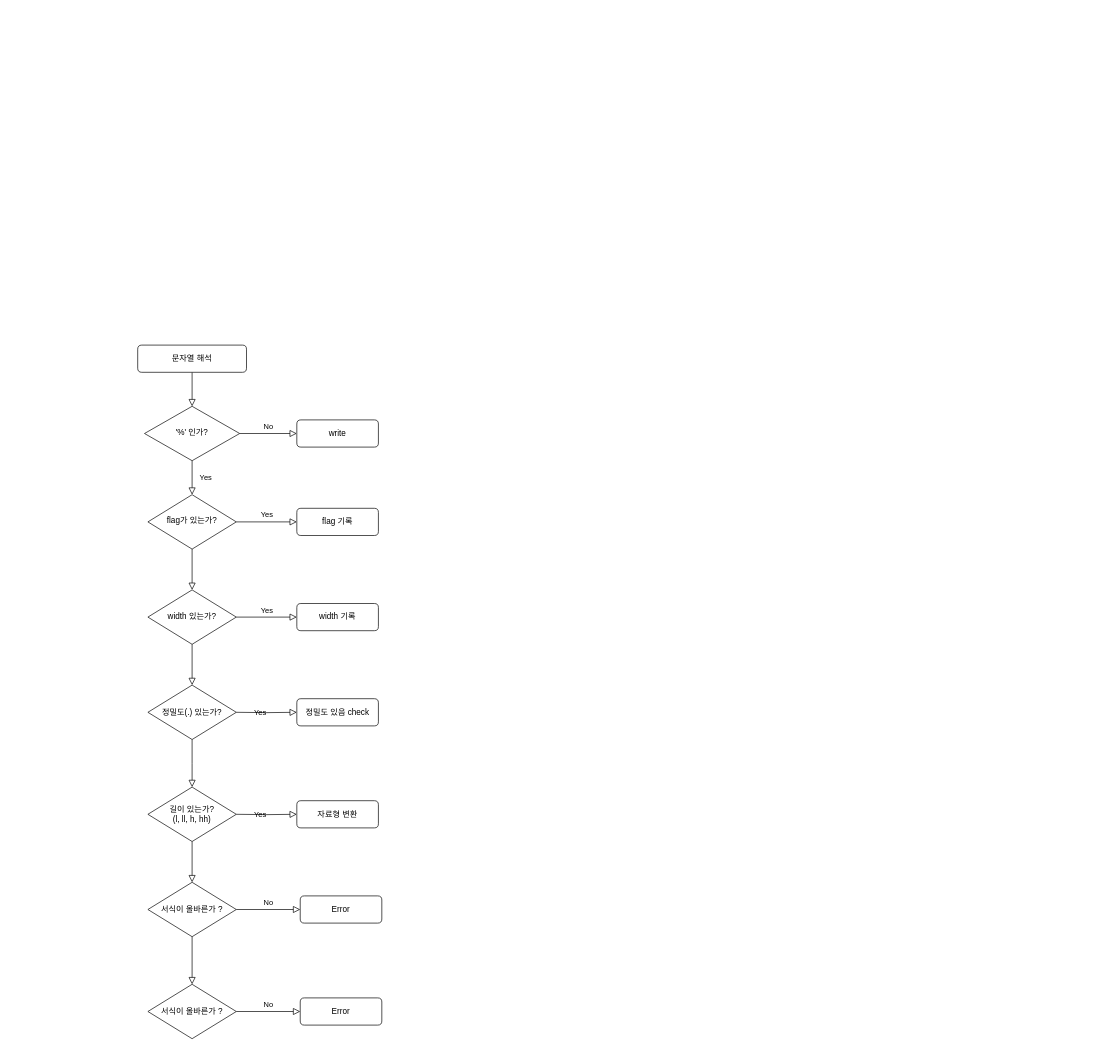
The draw.io diagram Untitled Diagram.drawio in Pawer0223/42cursus, before the edit. Source tidied: cells renumbered, new cells numbered last; positions are measured from the earlier drawing's top-left corner, leaving out a move shared by most shapes. Both pictures are drawn from the tidied source at 68%, with x=0, y=0 at pixel (137, 345).
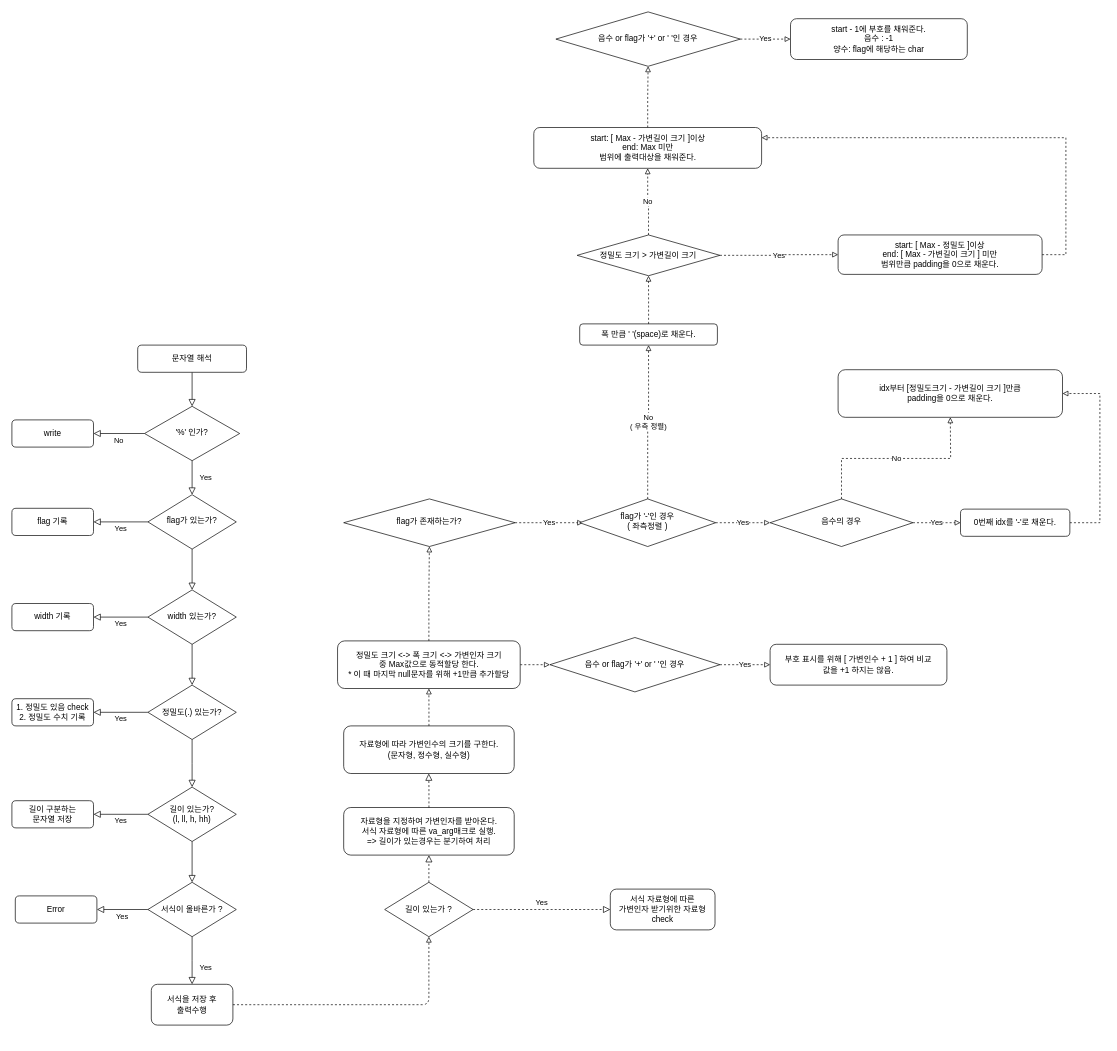
The same page after the edit.

Unchanged cells that the change refers to:
```xml
<mxCell id="6" value="'%' 인가?" style="rhombus;whiteSpace=wrap;html=1;shadow=0;fontFamily=Helvetica;fontSize=12;align=center;strokeWidth=1;spacing=6;spacingTop=-4;" parent="1" vertex="1">
  <mxGeometry x="10" y="90" width="140" height="80" as="geometry" />
</mxCell>
<mxCell id="10" value="flag가 있는가?" style="rhombus;whiteSpace=wrap;html=1;shadow=0;fontFamily=Helvetica;fontSize=12;align=center;strokeWidth=1;spacing=6;spacingTop=-4;" parent="1" vertex="1">
  <mxGeometry x="15" y="220" width="130" height="80" as="geometry" />
</mxCell>
<mxCell id="12" value="width 있는가?" style="rhombus;whiteSpace=wrap;html=1;" parent="1" vertex="1">
  <mxGeometry x="15" y="360" width="130" height="80" as="geometry" />
</mxCell>
<mxCell id="15" value="정밀도(.) 있는가?" style="rhombus;whiteSpace=wrap;html=1;" parent="1" vertex="1">
  <mxGeometry x="15" y="500" width="130" height="80" as="geometry" />
</mxCell>
<mxCell id="19" value="길이 있는가?&lt;br&gt;(l, ll, h, hh)" style="rhombus;whiteSpace=wrap;html=1;" parent="1" vertex="1">
  <mxGeometry x="15" y="650" width="130" height="80" as="geometry" />
</mxCell>
<mxCell id="23" value="서식이 올바른가 ?" style="rhombus;whiteSpace=wrap;html=1;" parent="1" vertex="1">
  <mxGeometry x="15" y="790" width="130" height="80" as="geometry" />
</mxCell>
```

What changed in the source:
```diff
@@
-    <mxCell id="5" value="No" style="edgeStyle=orthogonalEdgeStyle;rounded=0;html=1;jettySize=auto;fontSize=11;endArrow=block;endFill=0;endSize=8;strokeWidth=1;shadow=0;labelBackgroundColor=none;" parent="1" edge="1" source="6" target="7">
+    <mxCell id="5" value="No" style="edgeStyle=orthogonalEdgeStyle;rounded=0;html=1;jettySize=auto;fontSize=11;endArrow=block;endFill=0;endSize=8;strokeWidth=1;shadow=0;labelBackgroundColor=none;entryX=1;entryY=0.5;entryDx=0;entryDy=0;exitX=0;exitY=0.5;exitDx=0;exitDy=0;" parent="1" edge="1" source="6" target="7">
       <mxGeometry y="10" relative="1" as="geometry" />
     </mxCell>
@@
     <mxCell id="7" value="write" style="rounded=1;whiteSpace=wrap;html=1;fontSize=12;glass=0;strokeWidth=1;shadow=0;" parent="1" vertex="1">
-      <mxGeometry x="234" y="110" width="120" height="40" as="geometry" />
+      <mxGeometry x="-185" y="110" width="120" height="40" as="geometry" />
     </mxCell>
@@
-    <mxCell id="9" value="Yes" style="edgeStyle=orthogonalEdgeStyle;rounded=0;html=1;jettySize=auto;fontSize=11;endArrow=block;endFill=0;endSize=8;strokeWidth=1;shadow=0;labelBackgroundColor=none;" parent="1" edge="1" source="10" target="11">
+    <mxCell id="9" value="Yes" style="edgeStyle=orthogonalEdgeStyle;rounded=0;html=1;jettySize=auto;fontSize=11;endArrow=block;endFill=0;endSize=8;strokeWidth=1;shadow=0;labelBackgroundColor=none;entryX=1;entryY=0.5;entryDx=0;entryDy=0;exitX=0;exitY=0.5;exitDx=0;exitDy=0;" parent="1" edge="1" source="10" target="11">
       <mxGeometry y="10" relative="1" as="geometry" />
     </mxCell>
@@
     <mxCell id="11" value="flag 기록" style="rounded=1;whiteSpace=wrap;html=1;fontSize=12;glass=0;strokeWidth=1;shadow=0;" parent="1" vertex="1">
-      <mxGeometry x="234" y="240" width="120" height="40" as="geometry" />
+      <mxGeometry x="-185" y="240" width="120" height="40" as="geometry" />
     </mxCell>
@@
-    <mxCell id="13" value="Yes" style="edgeStyle=orthogonalEdgeStyle;rounded=0;html=1;jettySize=auto;fontSize=11;endArrow=block;endFill=0;endSize=8;strokeWidth=1;shadow=0;labelBackgroundColor=none;exitX=1;exitY=0.5;exitDx=0;exitDy=0;" parent="1" edge="1" source="12" target="14">
-      <mxGeometry y="10" relative="1" as="geometry" />
-    </mxCell>
     <mxCell id="14" value="width 기록" style="rounded=1;whiteSpace=wrap;html=1;fontSize=12;glass=0;strokeWidth=1;shadow=0;" parent="1" vertex="1">
-      <mxGeometry x="234" y="380" width="120" height="40" as="geometry" />
+      <mxGeometry x="-185" y="380" width="120" height="40" as="geometry" />
     </mxCell>
@@
-    <mxCell id="17" value="Yes" style="edgeStyle=orthogonalEdgeStyle;rounded=0;html=1;jettySize=auto;fontSize=11;endArrow=block;endFill=0;endSize=8;strokeWidth=1;shadow=0;labelBackgroundColor=none;exitX=1;exitY=0.5;exitDx=0;exitDy=0;" parent="1" edge="1" target="18">
-      <mxGeometry y="10" relative="1" as="geometry">
-        <mxPoint x="145" y="540" as="sourcePoint" />
-      </mxGeometry>
-    </mxCell>
-    <mxCell id="18" value="정밀도 있음 check" style="rounded=1;whiteSpace=wrap;html=1;fontSize=12;glass=0;strokeWidth=1;shadow=0;" parent="1" vertex="1">
-      <mxGeometry x="234" y="520" width="120" height="40" as="geometry" />
+    <mxCell id="18" value="1. 정밀도 있음 check&lt;br&gt;2. 정밀도 수치 기록" style="rounded=1;whiteSpace=wrap;html=1;fontSize=12;glass=0;strokeWidth=1;shadow=0;" parent="1" vertex="1">
+      <mxGeometry x="-185" y="520" width="120" height="40" as="geometry" />
     </mxCell>
@@
-    <mxCell id="20" value="Yes" style="edgeStyle=orthogonalEdgeStyle;rounded=0;html=1;jettySize=auto;fontSize=11;endArrow=block;endFill=0;endSize=8;strokeWidth=1;shadow=0;labelBackgroundColor=none;exitX=1;exitY=0.5;exitDx=0;exitDy=0;" parent="1" edge="1" target="21">
-      <mxGeometry y="10" relative="1" as="geometry">
-        <mxPoint x="145" y="690" as="sourcePoint" />
-      </mxGeometry>
-    </mxCell>
-    <mxCell id="21" value="자료형 변환" style="rounded=1;whiteSpace=wrap;html=1;fontSize=12;glass=0;strokeWidth=1;shadow=0;" parent="1" vertex="1">
-      <mxGeometry x="234" y="670" width="120" height="40" as="geometry" />
+    <mxCell id="21" value="길이 구분하는 &lt;br&gt;문자열 저장" style="rounded=1;whiteSpace=wrap;html=1;fontSize=12;glass=0;strokeWidth=1;shadow=0;" parent="1" vertex="1">
+      <mxGeometry x="-185" y="670" width="120" height="40" as="geometry" />
     </mxCell>
@@
-    <mxCell id="24" value="No" style="edgeStyle=orthogonalEdgeStyle;rounded=0;html=1;jettySize=auto;fontSize=11;endArrow=block;endFill=0;endSize=8;strokeWidth=1;shadow=0;labelBackgroundColor=none;exitX=1;exitY=0.5;exitDx=0;exitDy=0;entryX=0;entryY=0.5;entryDx=0;entryDy=0;" parent="1" edge="1" source="23" target="25">
-      <mxGeometry y="10" relative="1" as="geometry" />
-    </mxCell>
     <mxCell id="25" value="Error" style="rounded=1;whiteSpace=wrap;html=1;fontSize=12;glass=0;strokeWidth=1;shadow=0;" parent="1" vertex="1">
-      <mxGeometry x="239" y="810" width="120" height="40" as="geometry" />
+      <mxGeometry x="-180" y="810" width="120" height="40" as="geometry" />
     </mxCell>
@@
-    <mxCell id="27" style="rounded=0;html=1;jettySize=auto;fontSize=11;endArrow=block;endFill=0;endSize=8;strokeWidth=1;shadow=0;labelBackgroundColor=none;edgeStyle=orthogonalEdgeStyle;exitX=0.5;exitY=1;exitDx=0;exitDy=0;entryX=0.5;entryY=0;entryDx=0;entryDy=0;" parent="1" edge="1" source="23" target="28">
-      <mxGeometry x="0.27" y="20" relative="1" as="geometry" />
+    <mxCell id="27" value="Yes" style="rounded=0;html=1;jettySize=auto;fontSize=11;endArrow=block;endFill=0;endSize=8;strokeWidth=1;shadow=0;labelBackgroundColor=none;edgeStyle=orthogonalEdgeStyle;exitX=0.5;exitY=1;exitDx=0;exitDy=0;entryX=0.5;entryY=0;entryDx=0;entryDy=0;" parent="1" edge="1" source="23">
+      <mxGeometry x="0.27" y="20" relative="1" as="geometry">
+        <mxPoint x="80" y="940" as="targetPoint" />
+      </mxGeometry>
     </mxCell>
-    <mxCell id="28" value="서식이 올바른가 ?" style="rhombus;whiteSpace=wrap;html=1;" parent="1" vertex="1">
-      <mxGeometry x="15" y="940" width="130" height="80" as="geometry" />
-    </mxCell>
-    <mxCell id="29" value="No" style="edgeStyle=orthogonalEdgeStyle;rounded=0;html=1;jettySize=auto;fontSize=11;endArrow=block;endFill=0;endSize=8;strokeWidth=1;shadow=0;labelBackgroundColor=none;exitX=1;exitY=0.5;exitDx=0;exitDy=0;entryX=0;entryY=0.5;entryDx=0;entryDy=0;" parent="1" edge="1" source="28" target="30">
-      <mxGeometry y="10" relative="1" as="geometry" />
-    </mxCell>
-    <mxCell id="30" value="Error" style="rounded=1;whiteSpace=wrap;html=1;fontSize=12;glass=0;strokeWidth=1;shadow=0;" parent="1" vertex="1">
-      <mxGeometry x="239" y="960" width="120" height="40" as="geometry" />
-    </mxCell>
+    <mxCell id="31" value="서식을 저장 후&lt;br&gt;출력수행" style="rounded=1;whiteSpace=wrap;html=1;" parent="1" vertex="1">
+      <mxGeometry x="20" y="940" width="120" height="60" as="geometry" />
+    </mxCell>
+    <mxCell id="13" value="Yes" style="edgeStyle=orthogonalEdgeStyle;rounded=0;html=1;jettySize=auto;fontSize=11;endArrow=block;endFill=0;endSize=8;strokeWidth=1;shadow=0;labelBackgroundColor=none;entryX=1;entryY=0.5;entryDx=0;entryDy=0;exitX=0;exitY=0.5;exitDx=0;exitDy=0;" parent="1" edge="1" source="12" target="14">
+      <mxGeometry y="10" relative="1" as="geometry" />
+    </mxCell>
+    <mxCell id="32" value="Yes" style="edgeStyle=orthogonalEdgeStyle;rounded=0;html=1;jettySize=auto;fontSize=11;endArrow=block;endFill=0;endSize=8;strokeWidth=1;shadow=0;labelBackgroundColor=none;entryX=1;entryY=0.5;entryDx=0;entryDy=0;exitX=0;exitY=0.5;exitDx=0;exitDy=0;" parent="1" edge="1" source="15" target="18">
+      <mxGeometry y="10" relative="1" as="geometry" />
+    </mxCell>
+    <mxCell id="33" value="Yes" style="edgeStyle=orthogonalEdgeStyle;rounded=0;html=1;jettySize=auto;fontSize=11;endArrow=block;endFill=0;endSize=8;strokeWidth=1;shadow=0;labelBackgroundColor=none;entryX=1;entryY=0.5;entryDx=0;entryDy=0;exitX=0;exitY=0.5;exitDx=0;exitDy=0;" parent="1" edge="1" source="19" target="21">
+      <mxGeometry y="10" relative="1" as="geometry" />
+    </mxCell>
+    <mxCell id="24" value="Yes" style="edgeStyle=orthogonalEdgeStyle;rounded=0;html=1;jettySize=auto;fontSize=11;endArrow=block;endFill=0;endSize=8;strokeWidth=1;shadow=0;labelBackgroundColor=none;entryX=1;entryY=0.5;entryDx=0;entryDy=0;exitX=0;exitY=0.5;exitDx=0;exitDy=0;" parent="1" edge="1" source="23" target="25">
+      <mxGeometry y="10" relative="1" as="geometry" />
+    </mxCell>
+    <mxCell id="34" value="자료형을 지정하여 가변인자를 받아온다.&lt;br&gt;서식 자료형에 따른 va_arg매크로 실행.&lt;br&gt;=&amp;gt; 길이가 있는경우는 분기하여 처리" style="rounded=1;whiteSpace=wrap;html=1;" parent="1" vertex="1">
+      <mxGeometry x="302.9" y="680" width="250.8" height="70" as="geometry" />
+    </mxCell>
+    <mxCell id="35" style="endArrow=block;html=1;dashed=1;endFill=0;entryX=0.5;entryY=1;entryDx=0;entryDy=0;exitX=1;exitY=0.5;exitDx=0;exitDy=0;" parent="1" edge="1" source="31" target="36">
+      <mxGeometry relative="1" as="geometry">
+        <Array as="points">
+          <mxPoint x="428.2" y="970" />
+        </Array>
+      </mxGeometry>
+    </mxCell>
+    <mxCell id="36" value="길이 있는가 ?" style="rhombus;whiteSpace=wrap;html=1;" parent="1" vertex="1">
+      <mxGeometry x="363.2" y="790" width="130" height="80" as="geometry" />
+    </mxCell>
+    <mxCell id="37" value="Yes" style="edgeStyle=orthogonalEdgeStyle;rounded=0;html=1;jettySize=auto;fontSize=11;endArrow=block;endFill=0;endSize=8;strokeWidth=1;shadow=0;labelBackgroundColor=none;exitX=1;exitY=0.5;exitDx=0;exitDy=0;dashed=1;entryX=0;entryY=0.5;entryDx=0;entryDy=0;" parent="1" edge="1" source="36" target="38">
+      <mxGeometry y="10" relative="1" as="geometry" />
+    </mxCell>
+    <mxCell id="38" value="서식 자료형에 따른&lt;br&gt;가변인자 받기위한 자료형 check" style="rounded=1;whiteSpace=wrap;html=1;" parent="1" vertex="1">
+      <mxGeometry x="695" y="800" width="154" height="60" as="geometry" />
+    </mxCell>
+    <mxCell id="39" style="edgeStyle=orthogonalEdgeStyle;rounded=0;html=1;jettySize=auto;fontSize=11;endArrow=block;endFill=0;endSize=8;strokeWidth=1;shadow=0;labelBackgroundColor=none;exitX=0.5;exitY=0;exitDx=0;exitDy=0;dashed=1;entryX=0.5;entryY=1;entryDx=0;entryDy=0;" parent="1" edge="1" source="36" target="34">
+      <mxGeometry y="10" relative="1" as="geometry" />
+    </mxCell>
+    <mxCell id="40" style="edgeStyle=orthogonalEdgeStyle;rounded=0;jettySize=auto;html=1;entryX=0.5;entryY=1;entryDx=0;entryDy=0;dashed=1;endArrow=block;endFill=0;" parent="1" edge="1" source="41" target="45">
+      <mxGeometry relative="1" as="geometry" />
+    </mxCell>
+    <mxCell id="41" value="자료형에 따라 가변인수의 크기를 구한다.&lt;br&gt;(문자형, 정수형, 실수형)" style="rounded=1;whiteSpace=wrap;html=1;" parent="1" vertex="1">
+      <mxGeometry x="302.9" y="560" width="250.8" height="70" as="geometry" />
+    </mxCell>
+    <mxCell id="42" style="edgeStyle=orthogonalEdgeStyle;rounded=0;html=1;jettySize=auto;fontSize=11;endArrow=block;endFill=0;endSize=8;strokeWidth=1;shadow=0;labelBackgroundColor=none;exitX=0.5;exitY=0;exitDx=0;exitDy=0;dashed=1;" parent="1" edge="1" source="34">
+      <mxGeometry y="10" relative="1" as="geometry">
+        <mxPoint x="428" y="630" as="targetPoint" />
+        <Array as="points">
+          <mxPoint x="428" y="650" />
+          <mxPoint x="428" y="650" />
+        </Array>
+      </mxGeometry>
+    </mxCell>
+    <mxCell id="43" style="edgeStyle=orthogonalEdgeStyle;rounded=0;jettySize=auto;html=1;entryX=0.5;entryY=1;entryDx=0;entryDy=0;dashed=1;endArrow=block;endFill=0;" parent="1" edge="1" source="45" target="47">
+      <mxGeometry relative="1" as="geometry" />
+    </mxCell>
+    <mxCell id="44" style="edgeStyle=orthogonalEdgeStyle;rounded=0;jettySize=auto;html=1;entryX=0;entryY=0.5;entryDx=0;entryDy=0;dashed=1;endArrow=block;endFill=0;" parent="1" edge="1" source="45" target="58">
+      <mxGeometry relative="1" as="geometry" />
+    </mxCell>
+    <mxCell id="45" value="정밀도 크기 &amp;lt;-&amp;gt; 폭 크기 &amp;lt;-&amp;gt; 가변인자 크기&lt;br&gt;중 Max값으로 동적할당 한다.&lt;br&gt;* 이 때 마지막 null문자를 위해 +1만큼 추가할당" style="rounded=1;whiteSpace=wrap;html=1;" parent="1" vertex="1">
+      <mxGeometry x="293.9" y="435" width="268.6" height="70" as="geometry" />
+    </mxCell>
+    <mxCell id="46" value="Yes" style="edgeStyle=orthogonalEdgeStyle;rounded=0;jettySize=auto;html=1;dashed=1;endArrow=block;endFill=0;" parent="1" edge="1" source="47">
+      <mxGeometry relative="1" as="geometry">
+        <mxPoint x="655" y="261.2" as="targetPoint" />
+      </mxGeometry>
+    </mxCell>
+    <mxCell id="47" value="flag가 존재하는가?" style="rhombus;whiteSpace=wrap;html=1;shadow=0;fontFamily=Helvetica;fontSize=12;align=center;strokeWidth=1;spacing=6;spacingTop=-4;" parent="1" vertex="1">
+      <mxGeometry x="302.9" y="226.2" width="252.1" height="70" as="geometry" />
+    </mxCell>
+    <mxCell id="48" value="No&lt;br&gt;( 우측 정렬)" style="edgeStyle=orthogonalEdgeStyle;rounded=0;jettySize=auto;html=1;dashed=1;endArrow=block;endFill=0;entryX=0.5;entryY=1;entryDx=0;entryDy=0;" parent="1" edge="1" source="50" target="61">
+      <mxGeometry relative="1" as="geometry" />
+    </mxCell>
+    <mxCell id="49" value="Yes" style="edgeStyle=orthogonalEdgeStyle;rounded=0;jettySize=auto;html=1;dashed=1;endArrow=block;endFill=0;" parent="1" edge="1" source="50" target="53">
+      <mxGeometry relative="1" as="geometry" />
+    </mxCell>
+    <mxCell id="50" value="flag가 '-'인 경우&lt;br&gt;( 좌측정렬 )" style="rhombus;whiteSpace=wrap;html=1;shadow=0;fontFamily=Helvetica;fontSize=12;align=center;strokeWidth=1;spacing=6;spacingTop=-4;" parent="1" vertex="1">
+      <mxGeometry x="650" y="226.2" width="200" height="70" as="geometry" />
+    </mxCell>
+    <mxCell id="51" value="Yes" style="edgeStyle=orthogonalEdgeStyle;rounded=0;jettySize=auto;html=1;dashed=1;endArrow=block;endFill=0;" parent="1" edge="1" source="53">
+      <mxGeometry relative="1" as="geometry">
+        <mxPoint x="1210" y="261.2" as="targetPoint" />
+      </mxGeometry>
+    </mxCell>
+    <mxCell id="52" value="No" style="edgeStyle=orthogonalEdgeStyle;rounded=0;jettySize=auto;html=1;exitX=0.5;exitY=0;exitDx=0;exitDy=0;dashed=1;endArrow=block;endFill=0;" parent="1" edge="1" source="53">
+      <mxGeometry relative="1" as="geometry">
+        <mxPoint x="1195" y="106.2" as="targetPoint" />
+      </mxGeometry>
+    </mxCell>
+    <mxCell id="53" value="음수의 경우" style="rhombus;whiteSpace=wrap;html=1;shadow=0;fontFamily=Helvetica;fontSize=12;align=center;strokeWidth=1;spacing=6;spacingTop=-4;" parent="1" vertex="1">
+      <mxGeometry x="930" y="226.2" width="210" height="70" as="geometry" />
+    </mxCell>
+    <mxCell id="54" style="edgeStyle=orthogonalEdgeStyle;rounded=0;jettySize=auto;html=1;entryX=1;entryY=0.5;entryDx=0;entryDy=0;dashed=1;endArrow=block;endFill=0;" parent="1" edge="1" source="55" target="56">
+      <mxGeometry relative="1" as="geometry">
+        <Array as="points">
+          <mxPoint x="1415" y="261" />
+          <mxPoint x="1415" y="71" />
+        </Array>
+      </mxGeometry>
+    </mxCell>
+    <mxCell id="55" value="0번째 idx를 '-'로 채운다." style="rounded=1;whiteSpace=wrap;html=1;" parent="1" vertex="1">
+      <mxGeometry x="1210" y="241.2" width="160.8" height="40" as="geometry" />
+    </mxCell>
+    <mxCell id="56" value="idx부터 [정밀도크기 - 가변길이 크기 ]만큼 &lt;br&gt;padding을 0으로 채운다." style="rounded=1;whiteSpace=wrap;html=1;" parent="1" vertex="1">
+      <mxGeometry x="1030" y="36.2" width="330" height="70" as="geometry" />
+    </mxCell>
+    <mxCell id="57" value="Yes" style="edgeStyle=orthogonalEdgeStyle;rounded=0;jettySize=auto;html=1;dashed=1;endArrow=block;endFill=0;" parent="1" edge="1" source="58" target="59">
+      <mxGeometry relative="1" as="geometry" />
+    </mxCell>
+    <mxCell id="58" value="음수 or flag가 '+' or ' '인 경우" style="rhombus;whiteSpace=wrap;html=1;" parent="1" vertex="1">
+      <mxGeometry x="606.2" y="430" width="250" height="80" as="geometry" />
+    </mxCell>
+    <mxCell id="59" value="부호 표시를 위해 [ 가변인수 + 1 ] 하여 비교&lt;br&gt;값을 +1 하지는 않음." style="rounded=1;whiteSpace=wrap;html=1;" parent="1" vertex="1">
+      <mxGeometry x="930" y="440" width="260" height="60" as="geometry" />
+    </mxCell>
+    <mxCell id="60" style="edgeStyle=orthogonalEdgeStyle;rounded=0;jettySize=auto;html=1;dashed=1;endArrow=block;endFill=0;" parent="1" edge="1" source="61" target="64">
+      <mxGeometry relative="1" as="geometry" />
+    </mxCell>
+    <mxCell id="61" value="폭 만큼 ' '(space)로 채운다." style="rounded=1;whiteSpace=wrap;html=1;" parent="1" vertex="1">
+      <mxGeometry x="650" y="-31.2" width="202.5" height="31.2" as="geometry" />
+    </mxCell>
+    <mxCell id="62" value="Yes" style="edgeStyle=orthogonalEdgeStyle;rounded=0;jettySize=auto;html=1;dashed=1;endArrow=block;endFill=0;" parent="1" edge="1" source="64" target="66">
+      <mxGeometry relative="1" as="geometry" />
+    </mxCell>
+    <mxCell id="63" value="No" style="edgeStyle=orthogonalEdgeStyle;rounded=0;jettySize=auto;html=1;dashed=1;endArrow=block;endFill=0;" parent="1" edge="1" source="64" target="68">
+      <mxGeometry relative="1" as="geometry" />
+    </mxCell>
+    <mxCell id="64" value="정밀도 크기 &amp;gt; 가변길이 크기" style="rhombus;whiteSpace=wrap;html=1;" parent="1" vertex="1">
+      <mxGeometry x="646.2" y="-162" width="210" height="60" as="geometry" />
+    </mxCell>
+    <mxCell id="65" style="edgeStyle=orthogonalEdgeStyle;rounded=0;jettySize=auto;html=1;entryX=1;entryY=0.25;entryDx=0;entryDy=0;dashed=1;endArrow=block;endFill=0;" parent="1" edge="1" source="66" target="68">
+      <mxGeometry relative="1" as="geometry">
+        <Array as="points">
+          <mxPoint x="1365" y="-133" />
+          <mxPoint x="1365" y="-305" />
+        </Array>
+      </mxGeometry>
+    </mxCell>
+    <mxCell id="66" value="start: [ Max - 정밀도 ]이상&lt;br&gt;end: [ Max - 가변길이 크기 ] 미만&lt;br&gt;범위만큼 padding을 0으로 채운다." style="rounded=1;whiteSpace=wrap;html=1;" parent="1" vertex="1">
+      <mxGeometry x="1030" y="-162" width="300" height="58" as="geometry" />
+    </mxCell>
+    <mxCell id="67" style="edgeStyle=orthogonalEdgeStyle;rounded=0;jettySize=auto;html=1;entryX=0.5;entryY=1;entryDx=0;entryDy=0;dashed=1;endArrow=block;endFill=0;" parent="1" edge="1" source="68" target="70">
+      <mxGeometry relative="1" as="geometry" />
+    </mxCell>
+    <mxCell id="68" value="start:&amp;nbsp;[ Max - 가변길이 크기 ]이상&lt;br&gt;end: Max 미만&lt;br&gt;범위에 출력대상을 채워준다." style="rounded=1;whiteSpace=wrap;html=1;" parent="1" vertex="1">
+      <mxGeometry x="582.5" y="-320" width="335" height="60" as="geometry" />
+    </mxCell>
+    <mxCell id="69" value="Yes" style="edgeStyle=orthogonalEdgeStyle;rounded=0;jettySize=auto;html=1;dashed=1;endArrow=block;endFill=0;" parent="1" edge="1" source="70" target="71">
+      <mxGeometry relative="1" as="geometry" />
+    </mxCell>
+    <mxCell id="70" value="음수 or flag가 '+' or ' '인 경우" style="rhombus;whiteSpace=wrap;html=1;" parent="1" vertex="1">
+      <mxGeometry x="615" y="-490" width="271.2" height="80" as="geometry" />
+    </mxCell>
+    <mxCell id="71" value="start - 1에 부호를 채워준다.&lt;br&gt;음수 : -1&lt;br&gt;양수: flag에 해당하는 char" style="rounded=1;whiteSpace=wrap;html=1;" parent="1" vertex="1">
+      <mxGeometry x="960" y="-480" width="260" height="60" as="geometry" />
+    </mxCell>
```
